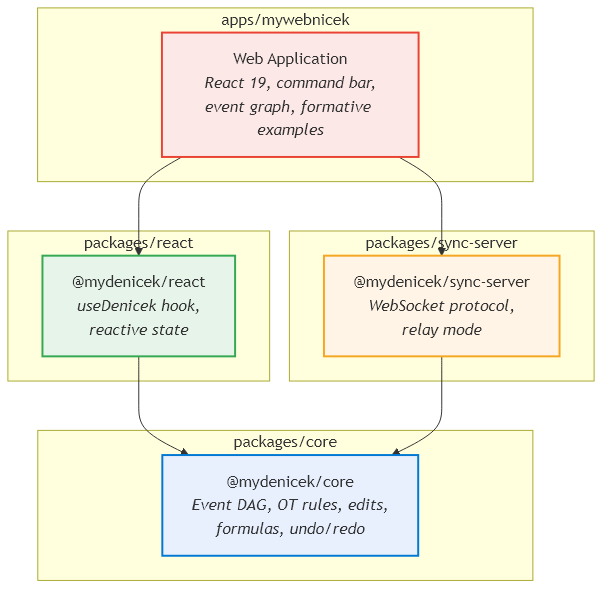
Before: img/architecture.png, a diagram exported from Mermaid (krsion/master-thesis). Its source is kept beside it as img/architecture.mmd.
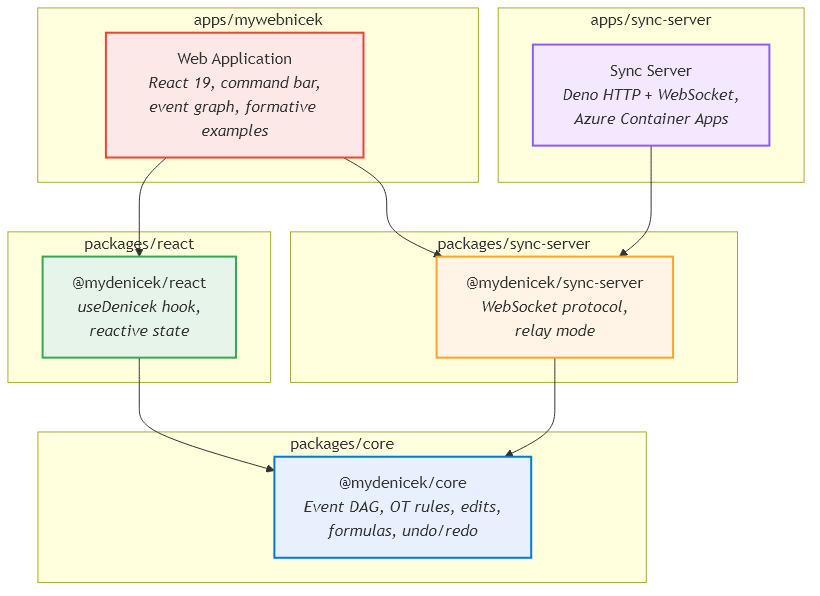
After the commit.

Commit message:
Add apps/sync-server to architecture diagram

Shows all 5 monorepo components: core, react, sync-server package,
web app, and deployed sync server (Deno HTTP + Azure Container Apps).

Change to the diagram source:
```diff
@@ -11,13 +11,18 @@
     subgraph "apps/mywebnicek"
         APP["Web Application<br/><i>React 19, command bar,<br/>event graph, formative examples</i>"]
     end
+    subgraph "apps/sync-server"
+        SERVER["Sync Server<br/><i>Deno HTTP + WebSocket,<br/>Azure Container Apps</i>"]
+    end
 
     APP --> REACT
     APP --> SYNC
     REACT --> CORE
     SYNC --> CORE
+    SERVER --> SYNC
 
     style CORE fill:#e8f0fe,stroke:#0078d4,stroke-width:2px
     style REACT fill:#e6f4ea,stroke:#34a853,stroke-width:2px
     style SYNC fill:#fff4e5,stroke:#f5a623,stroke-width:2px
     style APP fill:#fce8e6,stroke:#ea4335,stroke-width:2px
+    style SERVER fill:#f3e8ff,stroke:#8b5cf6,stroke-width:2px
```
